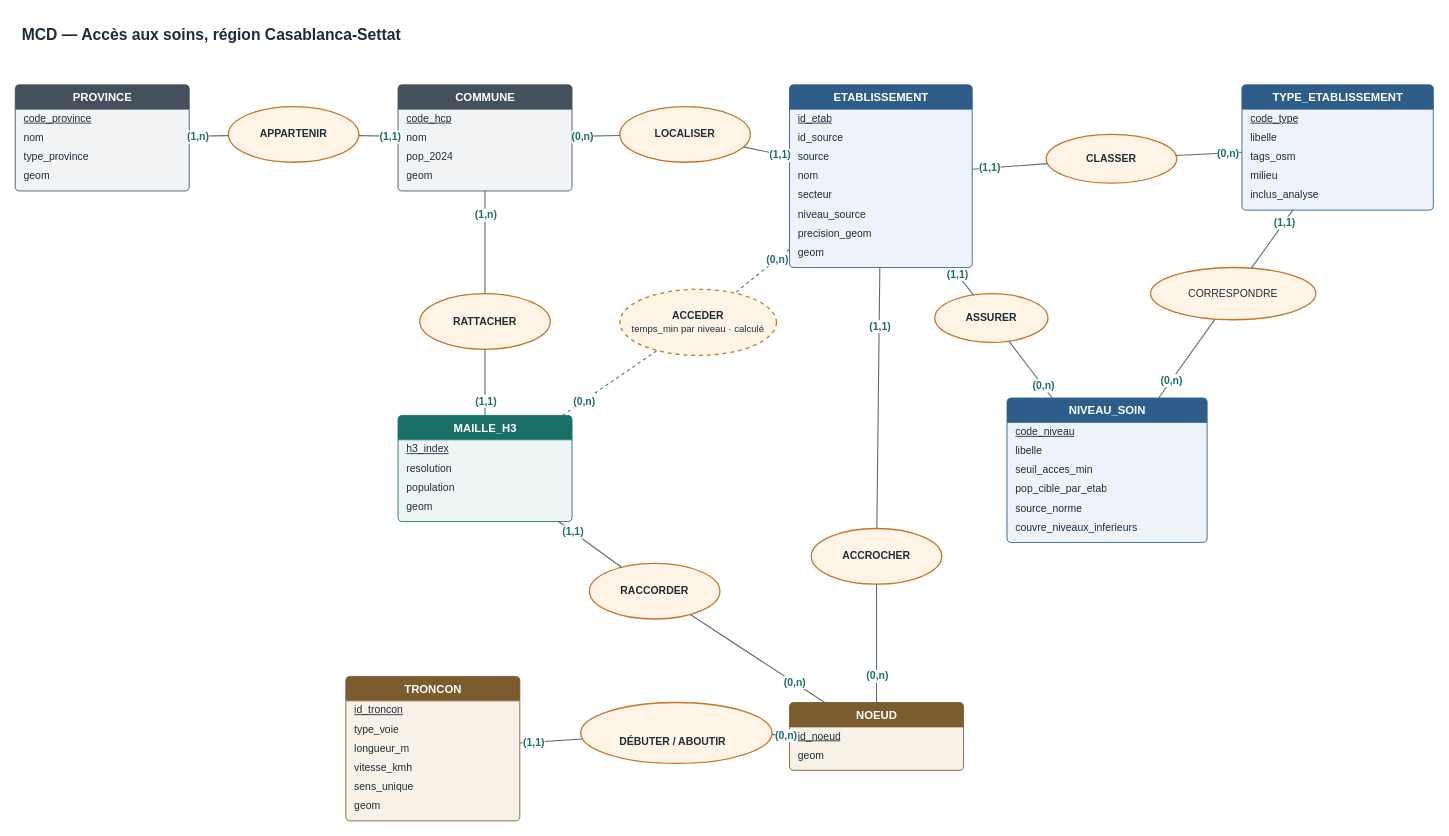
meryem-souilah/Acces_soins_Region_Casablanca-Settat keeps this draw.io diagram as page "MCD — Merise" (1 of 2) of Phase_2_Pretraitement_et_Geodatabase/modelisation_mcd_mld/MCD_MLD.drawio. Above is the earlier version. Source tidied: cells renumbered, new cells numbered last; positions are measured from the earlier drawing's top-left corner, leaving out a move shared by most shapes. Both pictures are drawn from the tidied source at 87%, with x=0, y=0 at pixel (15, 15).
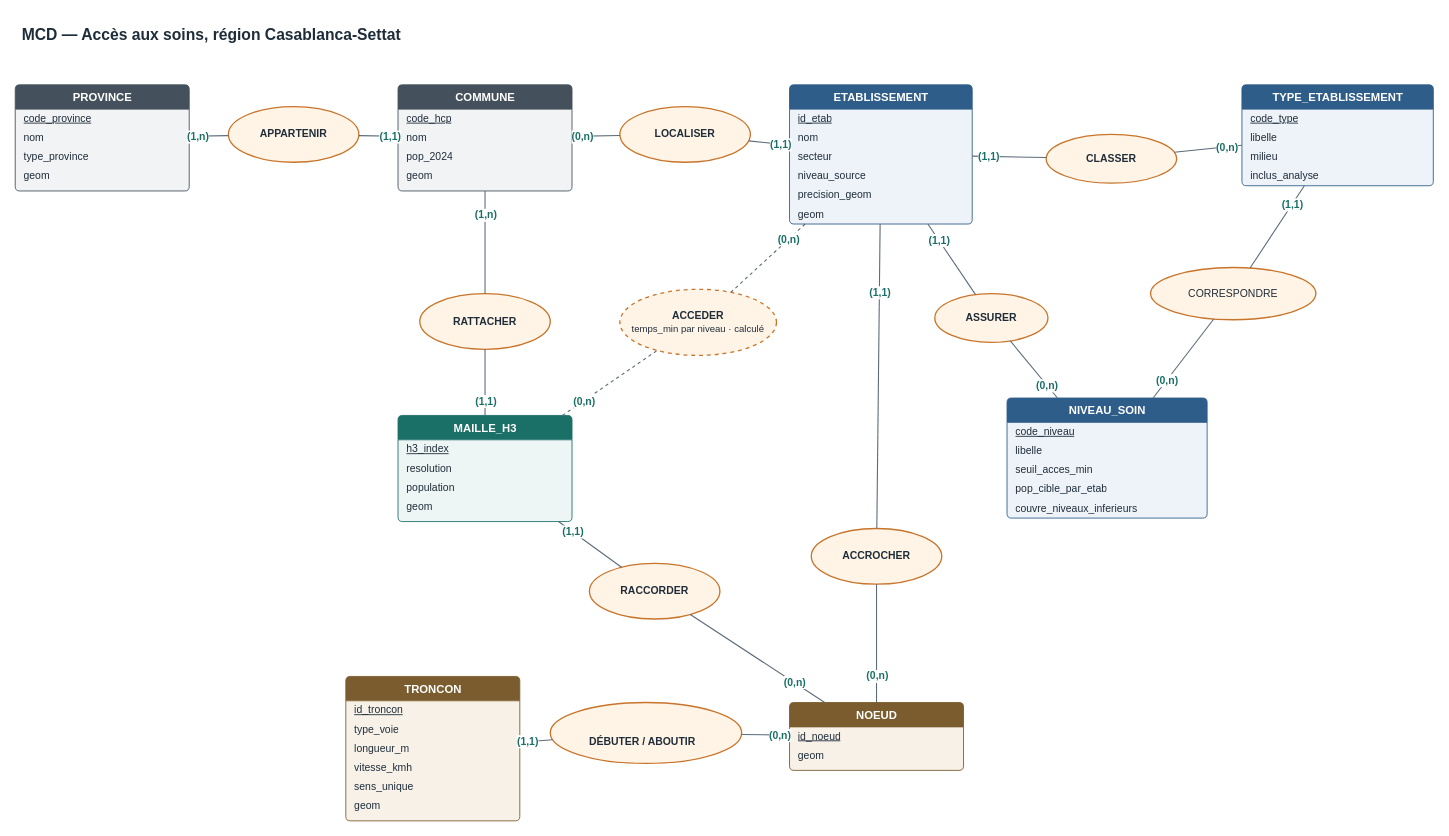
The same page after the edit.

Change to the diagram source:
```diff
@@
     <mxCell id="13" value="ETABLISSEMENT" style="swimlane;fontStyle=1;horizontal=1;startSize=28;html=1;fillColor=#2F5D8A;strokeColor=#2F5D8A;fontColor=#FFFFFF;swimlaneFillColor=#EEF3F9;rounded=1;arcSize=6;fontSize=13;" parent="1" vertex="1">
-      <mxGeometry x="890" y="80" width="210" height="210" as="geometry" />
+      <mxGeometry x="890" y="80" width="210" height="160" as="geometry" />
     </mxCell>
@@
-    <mxCell id="15" value="id_source" style="text;strokeColor=none;fillColor=none;align=left;verticalAlign=middle;spacingLeft=8;spacingRight=4;overflow=hidden;html=1;fontSize=12;fontColor=#1F2D3A;" parent="13" vertex="1">
-      <mxGeometry y="50" width="210" height="22" as="geometry" />
-    </mxCell>
-    <mxCell id="16" value="source" style="text;strokeColor=none;fillColor=none;align=left;verticalAlign=middle;spacingLeft=8;spacingRight=4;overflow=hidden;html=1;fontSize=12;fontColor=#1F2D3A;" parent="13" vertex="1">
-      <mxGeometry y="72" width="210" height="22" as="geometry" />
-    </mxCell>
     <mxCell id="17" value="nom" style="text;strokeColor=none;fillColor=none;align=left;verticalAlign=middle;spacingLeft=8;spacingRight=4;overflow=hidden;html=1;fontSize=12;fontColor=#1F2D3A;" parent="13" vertex="1">
-      <mxGeometry y="94" width="210" height="22" as="geometry" />
+      <mxGeometry y="50" width="210" height="22" as="geometry" />
     </mxCell>
     <mxCell id="18" value="secteur" style="text;strokeColor=none;fillColor=none;align=left;verticalAlign=middle;spacingLeft=8;spacingRight=4;overflow=hidden;html=1;fontSize=12;fontColor=#1F2D3A;" parent="13" vertex="1">
-      <mxGeometry y="116" width="210" height="22" as="geometry" />
+      <mxGeometry y="72" width="210" height="22" as="geometry" />
     </mxCell>
     <mxCell id="19" value="niveau_source" style="text;strokeColor=none;fillColor=none;align=left;verticalAlign=middle;spacingLeft=8;spacingRight=4;overflow=hidden;html=1;fontSize=12;fontColor=#1F2D3A;" parent="13" vertex="1">
-      <mxGeometry y="138" width="210" height="22" as="geometry" />
+      <mxGeometry y="94" width="210" height="22" as="geometry" />
     </mxCell>
     <mxCell id="20" value="precision_geom" style="text;strokeColor=none;fillColor=none;align=left;verticalAlign=middle;spacingLeft=8;spacingRight=4;overflow=hidden;html=1;fontSize=12;fontColor=#1F2D3A;" parent="13" vertex="1">
-      <mxGeometry y="160" width="210" height="22" as="geometry" />
+      <mxGeometry y="116" width="210" height="22" as="geometry" />
     </mxCell>
     <mxCell id="21" value="geom" style="text;strokeColor=none;fillColor=none;align=left;verticalAlign=middle;spacingLeft=8;spacingRight=4;overflow=hidden;html=1;fontSize=12;fontColor=#1F2D3A;" parent="13" vertex="1">
-      <mxGeometry y="182" width="210" height="22" as="geometry" />
+      <mxGeometry y="138" width="210" height="22" as="geometry" />
     </mxCell>
     <mxCell id="22" value="TYPE_ETABLISSEMENT" style="swimlane;fontStyle=1;horizontal=1;startSize=28;html=1;fillColor=#2F5D8A;strokeColor=#2F5D8A;fontColor=#FFFFFF;swimlaneFillColor=#EEF3F9;rounded=1;arcSize=6;fontSize=13;" parent="1" vertex="1">
-      <mxGeometry x="1410" y="80" width="220" height="144" as="geometry" />
+      <mxGeometry x="1410" y="80" width="220" height="116" as="geometry" />
     </mxCell>
@@
-    <mxCell id="25" value="tags_osm" style="text;strokeColor=none;fillColor=none;align=left;verticalAlign=middle;spacingLeft=8;spacingRight=4;overflow=hidden;html=1;fontSize=12;fontColor=#1F2D3A;" parent="22" vertex="1">
-      <mxGeometry y="72" width="220" height="22" as="geometry" />
-    </mxCell>
     <mxCell id="26" value="milieu" style="text;strokeColor=none;fillColor=none;align=left;verticalAlign=middle;spacingLeft=8;spacingRight=4;overflow=hidden;html=1;fontSize=12;fontColor=#1F2D3A;" parent="22" vertex="1">
-      <mxGeometry y="94" width="220" height="22" as="geometry" />
+      <mxGeometry y="72" width="220" height="22" as="geometry" />
     </mxCell>
     <mxCell id="27" value="inclus_analyse" style="text;strokeColor=none;fillColor=none;align=left;verticalAlign=middle;spacingLeft=8;spacingRight=4;overflow=hidden;html=1;fontSize=12;fontColor=#1F2D3A;" parent="22" vertex="1">
-      <mxGeometry y="116" width="220" height="22" as="geometry" />
+      <mxGeometry y="94" width="220" height="22" as="geometry" />
     </mxCell>
     <mxCell id="28" value="NIVEAU_SOIN" style="swimlane;fontStyle=1;horizontal=1;startSize=28;html=1;fillColor=#2F5D8A;strokeColor=#2F5D8A;fontColor=#FFFFFF;swimlaneFillColor=#EEF3F9;rounded=1;arcSize=6;fontSize=13;" parent="1" vertex="1">
-      <mxGeometry x="1140" y="440" width="230" height="166" as="geometry" />
+      <mxGeometry x="1140" y="440" width="230" height="138" as="geometry" />
     </mxCell>
@@
-    <mxCell id="33" value="source_norme" style="text;strokeColor=none;fillColor=none;align=left;verticalAlign=middle;spacingLeft=8;spacingRight=4;overflow=hidden;html=1;fontSize=12;fontColor=#1F2D3A;" parent="28" vertex="1">
-      <mxGeometry y="116" width="230" height="22" as="geometry" />
-    </mxCell>
     <mxCell id="34" value="couvre_niveaux_inferieurs" style="text;strokeColor=none;fillColor=none;align=left;verticalAlign=middle;spacingLeft=8;spacingRight=4;overflow=hidden;html=1;fontSize=12;fontColor=#1F2D3A;" parent="28" vertex="1">
-      <mxGeometry y="138" width="230" height="22" as="geometry" />
+      <mxGeometry y="116" width="230" height="22" as="geometry" />
     </mxCell>
@@
     <mxCell id="59" value="&lt;table&gt;&lt;thead&gt;&lt;tr&gt;&lt;th scope=&quot;col&quot;&gt;&lt;/th&gt;&lt;th scope=&quot;col&quot;&gt;&lt;/th&gt;&lt;th scope=&quot;col&quot;&gt;&lt;br&gt;&lt;/th&gt;&lt;/tr&gt;&lt;/thead&gt;&lt;tbody&gt;&lt;tr&gt;&lt;td&gt;&lt;strong&gt;DÉBUTER / ABOUTIR&lt;/strong&gt;&lt;/td&gt;&lt;/tr&gt;&lt;/tbody&gt;&lt;/table&gt;" style="ellipse;whiteSpace=wrap;html=1;fillColor=#FFF4E5;strokeColor=#C8742A;fontColor=#1F2D3A;fontSize=12;strokeWidth=1.5;" parent="1" vertex="1">
-      <mxGeometry x="650" y="790" width="220" height="70" as="geometry" />
+      <mxGeometry x="615" y="790" width="220" height="70" as="geometry" />
     </mxCell>
```
